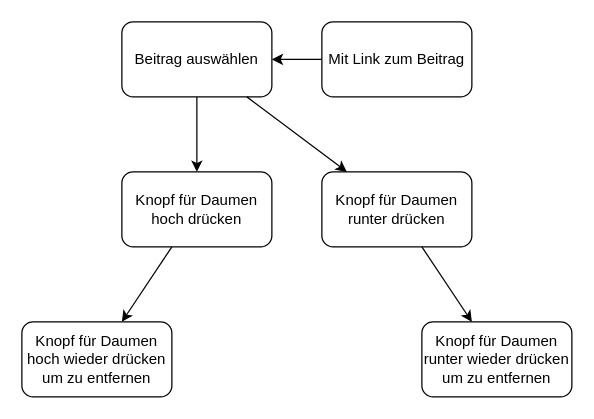
AnoAsked/Documentation keeps this draw.io diagram as UseCaseBeitragBewerten.drawio. Above is the earlier version. Source tidied: cells renumbered, new cells numbered last; positions are measured from the earlier drawing's top-left corner, leaving out a move shared by most shapes. Both pictures are drawn from the tidied source at 125%, with x=0, y=0 at pixel (21, 21).
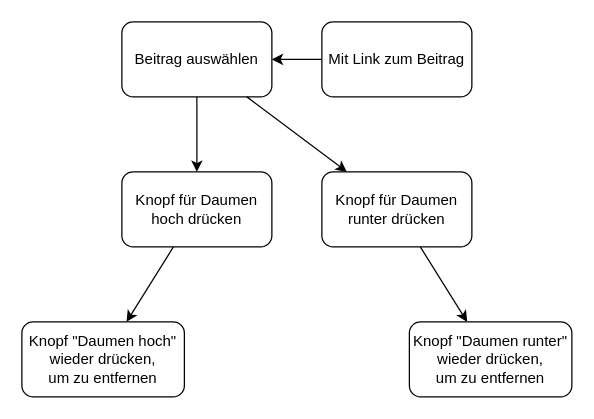
The same diagram, later.

Change to the diagram source:
```diff
@@
 <mxGraphModel>
   <root>
     <mxCell id="0" />
     <mxCell id="1" parent="0" />
     <mxCell id="2" value="Beitrag auswählen" style="rounded=1;whiteSpace=wrap;html=1;" parent="1" vertex="1">
       <mxGeometry x="80" width="120" height="60" as="geometry" />
     </mxCell>
     <mxCell id="3" value="Mit Link zum Beitrag" style="rounded=1;whiteSpace=wrap;html=1;" parent="1" vertex="1">
       <mxGeometry x="240" width="120" height="60" as="geometry" />
     </mxCell>
     <mxCell id="4" style="endArrow=classic;html=1;rounded=0;" parent="1" edge="1" source="3" target="2">
       <mxGeometry relative="1" as="geometry" />
     </mxCell>
     <mxCell id="5" value="Knopf für Daumen hoch drücken" style="rounded=1;whiteSpace=wrap;html=1;" parent="1" vertex="1">
       <mxGeometry x="80" y="120" width="120" height="60" as="geometry" />
     </mxCell>
     <mxCell id="6" value="Knopf für Daumen runter drücken" style="rounded=1;whiteSpace=wrap;html=1;" parent="1" vertex="1">
       <mxGeometry x="240" y="120" width="120" height="60" as="geometry" />
     </mxCell>
-    <mxCell id="7" value="Knopf für Daumen hoch wieder drücken&lt;br&gt;um zu entfernen" style="rounded=1;whiteSpace=wrap;html=1;" parent="1" vertex="1">
-      <mxGeometry y="240" width="120" height="60" as="geometry" />
+    <mxCell id="7" value="Knopf &quot;Daumen hoch&quot; wieder drücken,&lt;br&gt;um zu entfernen" style="rounded=1;whiteSpace=wrap;html=1;" parent="1" vertex="1">
+      <mxGeometry y="240" width="130" height="60" as="geometry" />
     </mxCell>
-    <mxCell id="8" value="Knopf für Daumen runter&amp;nbsp;wieder drücken&lt;br&gt;um zu entfernen" style="rounded=1;whiteSpace=wrap;html=1;" parent="1" vertex="1">
-      <mxGeometry x="320" y="240" width="120" height="60" as="geometry" />
+    <mxCell id="8" value="Knopf &quot;Daumen runter&quot; wieder drücken,&lt;br&gt;um zu entfernen" style="rounded=1;whiteSpace=wrap;html=1;" parent="1" vertex="1">
+      <mxGeometry x="310" y="240" width="130" height="60" as="geometry" />
     </mxCell>
     <mxCell id="9" style="endArrow=classic;html=1;rounded=0;" parent="1" edge="1" source="2" target="5">
       <mxGeometry relative="1" as="geometry" />
     </mxCell>
     <mxCell id="10" style="endArrow=classic;html=1;rounded=0;" parent="1" edge="1" source="2" target="6">
       <mxGeometry relative="1" as="geometry" />
     </mxCell>
     <mxCell id="11" style="endArrow=classic;html=1;rounded=0;" parent="1" edge="1" source="5" target="7">
       <mxGeometry relative="1" as="geometry" />
     </mxCell>
     <mxCell id="12" style="endArrow=classic;html=1;rounded=0;" parent="1" edge="1" source="6" target="8">
       <mxGeometry relative="1" as="geometry" />
     </mxCell>
   </root>
 </mxGraphModel>
```
